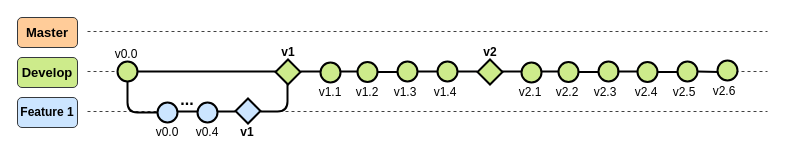
Earlier version of the draw.io diagram page "Develop" (2 of 3) of 03_ImagenesRepo/01_GitFlow.drawio (LEOSZ8/Tesis_Msc_LSZ). Source tidied: cells renumbered, new cells numbered last; positions are measured from the earlier drawing's top-left corner, leaving out a move shared by most shapes. Both pictures are drawn from the tidied source at 100%, with x=0, y=0 at pixel (17, 17).
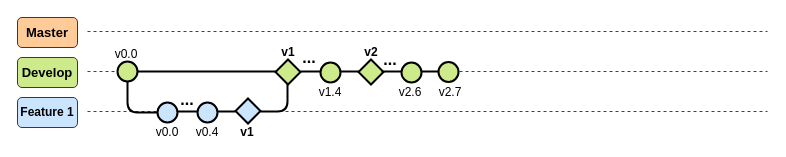
Above is the later version.

Change to the diagram source:
```diff
@@
     <mxCell id="2" style="edgeStyle=orthogonalEdgeStyle;rounded=0;orthogonalLoop=1;jettySize=auto;html=1;endArrow=none;endFill=0;strokeWidth=2;" parent="1" edge="1">
       <mxGeometry relative="1" as="geometry">
-        <mxPoint x="521" y="54" as="sourcePoint" />
-        <mxPoint x="541" y="53" as="targetPoint" />
+        <mxPoint x="401" y="54" as="sourcePoint" />
+        <mxPoint x="421" y="53" as="targetPoint" />
       </mxGeometry>
     </mxCell>
@@
-    <mxCell id="28" value="v1.1" style="text;html=1;align=center;verticalAlign=middle;whiteSpace=wrap;rounded=0;" parent="1" vertex="1">
+    <mxCell id="28" value="v1.4" style="text;html=1;align=center;verticalAlign=middle;whiteSpace=wrap;rounded=0;" parent="1" vertex="1">
       <mxGeometry x="298" y="70" width="30" height="10" as="geometry" />
     </mxCell>
-    <mxCell id="29" style="edgeStyle=orthogonalEdgeStyle;rounded=0;jettySize=auto;html=1;endArrow=none;endFill=0;strokeWidth=2;" parent="1" edge="1" source="30" target="33">
-      <mxGeometry relative="1" as="geometry" />
-    </mxCell>
-    <mxCell id="30" style="ellipse;whiteSpace=wrap;html=1;fillColor=#CDEB8B;strokeColor=#000000;strokeWidth=2;" parent="1" vertex="1">
-      <mxGeometry x="340" y="44.5" width="20" height="20" as="geometry" />
-    </mxCell>
-    <mxCell id="31" value="v1.2" style="text;html=1;align=center;verticalAlign=middle;whiteSpace=wrap;rounded=0;" parent="1" vertex="1">
-      <mxGeometry x="335" y="70" width="30" height="10" as="geometry" />
-    </mxCell>
-    <mxCell id="32" style="edgeStyle=orthogonalEdgeStyle;rounded=0;jettySize=auto;html=1;endArrow=none;endFill=0;strokeWidth=2;" parent="1" edge="1" source="33" target="35">
-      <mxGeometry relative="1" as="geometry" />
-    </mxCell>
-    <mxCell id="33" style="ellipse;whiteSpace=wrap;html=1;fillColor=#CDEB8B;strokeColor=#000000;strokeWidth=2;" parent="1" vertex="1">
-      <mxGeometry x="380" y="44" width="20" height="20" as="geometry" />
-    </mxCell>
-    <mxCell id="34" value="v1.3" style="text;html=1;align=center;verticalAlign=middle;whiteSpace=wrap;rounded=0;" parent="1" vertex="1">
-      <mxGeometry x="373" y="70" width="30" height="10" as="geometry" />
-    </mxCell>
-    <mxCell id="35" style="ellipse;whiteSpace=wrap;html=1;fillColor=#CDEB8B;strokeColor=#000000;strokeWidth=2;" parent="1" vertex="1">
-      <mxGeometry x="420" y="44" width="20" height="20" as="geometry" />
-    </mxCell>
-    <mxCell id="36" value="v1.4" style="text;html=1;align=center;verticalAlign=middle;whiteSpace=wrap;rounded=0;" parent="1" vertex="1">
-      <mxGeometry x="413" y="70" width="30" height="10" as="geometry" />
-    </mxCell>
     <mxCell id="37" style="rhombus;whiteSpace=wrap;html=1;fillColor=#CDEB8B;strokeColor=#000000;strokeWidth=2;" parent="1" vertex="1">
-      <mxGeometry x="460" y="42" width="25" height="25" as="geometry" />
+      <mxGeometry x="341" y="42" width="25" height="25" as="geometry" />
     </mxCell>
-    <mxCell id="38" style="edgeStyle=orthogonalEdgeStyle;rounded=0;orthogonalLoop=1;jettySize=auto;html=1;endArrow=none;endFill=0;strokeWidth=2;" parent="1" edge="1">
-      <mxGeometry relative="1" as="geometry">
-        <mxPoint x="440" y="54" as="sourcePoint" />
-        <mxPoint x="460" y="54" as="targetPoint" />
-      </mxGeometry>
-    </mxCell>
     <mxCell id="39" value="v2" style="text;html=1;align=center;verticalAlign=middle;whiteSpace=wrap;rounded=0;fontStyle=1;" parent="1" vertex="1">
-      <mxGeometry x="458" y="30" width="30" height="10" as="geometry" />
+      <mxGeometry x="339" y="30" width="30" height="10" as="geometry" />
     </mxCell>
     <mxCell id="40" style="edgeStyle=orthogonalEdgeStyle;rounded=0;orthogonalLoop=1;jettySize=auto;html=1;endArrow=none;endFill=0;strokeWidth=2;" parent="1" edge="1">
       <mxGeometry relative="1" as="geometry">
-        <mxPoint x="484" y="54" as="sourcePoint" />
-        <mxPoint x="504" y="54" as="targetPoint" />
+        <mxPoint x="364" y="54" as="sourcePoint" />
+        <mxPoint x="384" y="54" as="targetPoint" />
       </mxGeometry>
     </mxCell>
     <mxCell id="41" style="ellipse;whiteSpace=wrap;html=1;fillColor=#CDEB8B;strokeColor=#000000;strokeWidth=2;" parent="1" vertex="1">
-      <mxGeometry x="504" y="45" width="20" height="20" as="geometry" />
+      <mxGeometry x="384" y="45" width="20" height="20" as="geometry" />
     </mxCell>
-    <mxCell id="42" style="edgeStyle=orthogonalEdgeStyle;rounded=0;jettySize=auto;html=1;endArrow=none;endFill=0;strokeWidth=2;" parent="1" edge="1" source="43" target="44">
-      <mxGeometry relative="1" as="geometry" />
-    </mxCell>
     <mxCell id="43" style="ellipse;whiteSpace=wrap;html=1;fillColor=#CDEB8B;strokeColor=#000000;strokeWidth=2;" parent="1" vertex="1">
-      <mxGeometry x="541" y="44.5" width="20" height="20" as="geometry" />
+      <mxGeometry x="421" y="44.5" width="20" height="20" as="geometry" />
     </mxCell>
-    <mxCell id="44" style="ellipse;whiteSpace=wrap;html=1;fillColor=#CDEB8B;strokeColor=#000000;strokeWidth=2;" parent="1" vertex="1">
-      <mxGeometry x="581" y="44" width="20" height="20" as="geometry" />
-    </mxCell>
-    <mxCell id="45" value="v2.1" style="text;html=1;align=center;verticalAlign=middle;whiteSpace=wrap;rounded=0;" parent="1" vertex="1">
-      <mxGeometry x="498" y="70" width="30" height="10" as="geometry" />
-    </mxCell>
-    <mxCell id="46" value="v2.2" style="text;html=1;align=center;verticalAlign=middle;whiteSpace=wrap;rounded=0;" parent="1" vertex="1">
-      <mxGeometry x="535" y="70" width="30" height="10" as="geometry" />
+    <mxCell id="46" value="v2.7" style="text;html=1;align=center;verticalAlign=middle;whiteSpace=wrap;rounded=0;" parent="1" vertex="1">
+      <mxGeometry x="418" y="70" width="30" height="10" as="geometry" />
     </mxCell>
-    <mxCell id="47" value="v2.3" style="text;html=1;align=center;verticalAlign=middle;whiteSpace=wrap;rounded=0;" parent="1" vertex="1">
-      <mxGeometry x="573" y="70" width="30" height="10" as="geometry" />
-    </mxCell>
-    <mxCell id="48" style="edgeStyle=orthogonalEdgeStyle;rounded=0;orthogonalLoop=1;jettySize=auto;html=1;endArrow=none;endFill=0;strokeWidth=2;" parent="1" edge="1">
-      <mxGeometry relative="1" as="geometry">
-        <mxPoint x="600" y="54" as="sourcePoint" />
-        <mxPoint x="620" y="53" as="targetPoint" />
-      </mxGeometry>
-    </mxCell>
-    <mxCell id="49" style="edgeStyle=orthogonalEdgeStyle;rounded=0;jettySize=auto;html=1;endArrow=none;endFill=0;strokeWidth=2;" parent="1" edge="1" source="50" target="51">
-      <mxGeometry relative="1" as="geometry" />
-    </mxCell>
-    <mxCell id="50" style="ellipse;whiteSpace=wrap;html=1;fillColor=#CDEB8B;strokeColor=#000000;strokeWidth=2;" parent="1" vertex="1">
-      <mxGeometry x="620" y="44.5" width="20" height="20" as="geometry" />
-    </mxCell>
-    <mxCell id="51" style="ellipse;whiteSpace=wrap;html=1;fillColor=#CDEB8B;strokeColor=#000000;strokeWidth=2;" parent="1" vertex="1">
-      <mxGeometry x="660" y="44" width="20" height="20" as="geometry" />
-    </mxCell>
-    <mxCell id="52" value="v2.4" style="text;html=1;align=center;verticalAlign=middle;whiteSpace=wrap;rounded=0;" parent="1" vertex="1">
-      <mxGeometry x="614" y="70" width="30" height="10" as="geometry" />
-    </mxCell>
-    <mxCell id="53" value="v2.5" style="text;html=1;align=center;verticalAlign=middle;whiteSpace=wrap;rounded=0;" parent="1" vertex="1">
-      <mxGeometry x="652" y="70" width="30" height="10" as="geometry" />
-    </mxCell>
-    <mxCell id="54" style="edgeStyle=orthogonalEdgeStyle;rounded=0;jettySize=auto;html=1;endArrow=none;endFill=0;strokeWidth=2;" parent="1" edge="1" target="55">
-      <mxGeometry relative="1" as="geometry">
-        <mxPoint x="680" y="54" as="sourcePoint" />
-      </mxGeometry>
-    </mxCell>
-    <mxCell id="55" style="ellipse;whiteSpace=wrap;html=1;fillColor=#CDEB8B;strokeColor=#000000;strokeWidth=2;" parent="1" vertex="1">
-      <mxGeometry x="700" y="43" width="20" height="20" as="geometry" />
-    </mxCell>
+    <mxCell id="57" value="&lt;font style=&quot;font-size: 16px;&quot;&gt;&lt;b&gt;...&lt;/b&gt;&lt;/font&gt;" style="text;html=1;whiteSpace=wrap;strokeColor=none;fillColor=none;align=center;verticalAlign=middle;rounded=0;" parent="1" vertex="1">
+      <mxGeometry x="282" y="32" width="20" height="16" as="geometry" />
+    </mxCell>
+    <mxCell id="58" value="&lt;font style=&quot;font-size: 16px;&quot;&gt;&lt;b&gt;...&lt;/b&gt;&lt;/font&gt;" style="text;html=1;whiteSpace=wrap;strokeColor=none;fillColor=none;align=center;verticalAlign=middle;rounded=0;" parent="1" vertex="1">
+      <mxGeometry x="363" y="34" width="20" height="16" as="geometry" />
+    </mxCell>
     <mxCell id="56" value="v2.6" style="text;html=1;align=center;verticalAlign=middle;whiteSpace=wrap;rounded=0;" parent="1" vertex="1">
-      <mxGeometry x="692" y="69" width="30" height="10" as="geometry" />
+      <mxGeometry x="378" y="70" width="30" height="10" as="geometry" />
     </mxCell>
```
